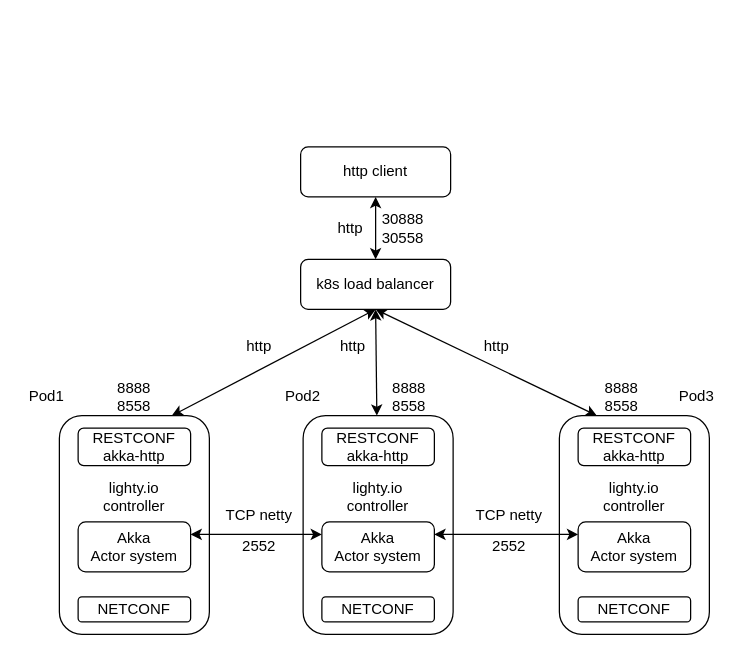
PANTHEONtech/lighty keeps this draw.io diagram as lighty-examples/lighty-cluster-app/docs/app-k8s-deployment.drawio. Above is the earlier version. Source tidied: cells renumbered, new cells numbered last; positions are measured from the earlier drawing's top-left corner, leaving out a move shared by most shapes. Both pictures are drawn from the tidied source at 125%, with x=0, y=0 at pixel (21, 146).
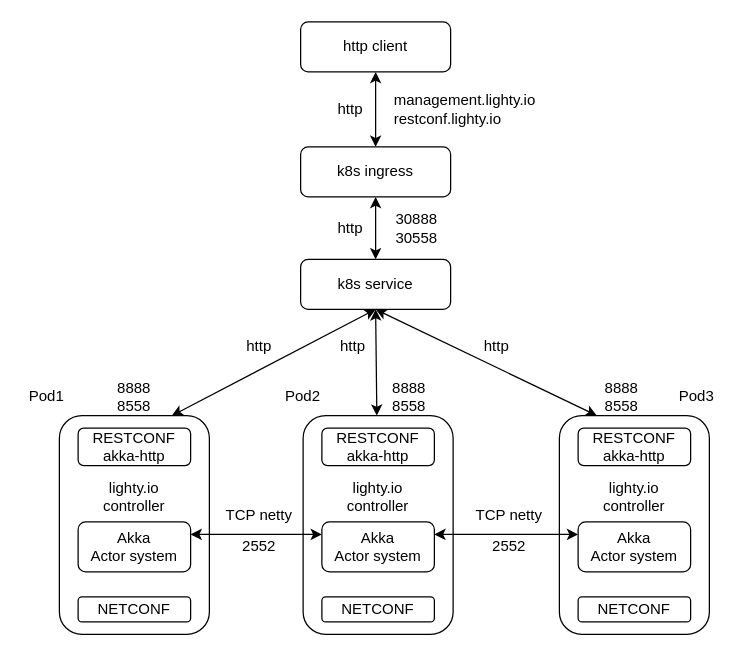
Above is the later version.

Diff of the diagram source:
```diff
@@
-    <mxCell id="2" value="http client" style="rounded=1;whiteSpace=wrap;html=1;" parent="1" vertex="1">
+    <mxCell id="2" value="k8s ingress" style="rounded=1;whiteSpace=wrap;html=1;" parent="1" vertex="1">
       <mxGeometry x="223" width="120" height="40" as="geometry" />
     </mxCell>
-    <mxCell id="3" value="k8s load balancer" style="rounded=1;whiteSpace=wrap;html=1;" parent="1" vertex="1">
+    <mxCell id="3" value="k8s service&lt;br&gt;" style="rounded=1;whiteSpace=wrap;html=1;" parent="1" vertex="1">
       <mxGeometry x="223" y="90" width="120" height="40" as="geometry" />
     </mxCell>
@@
     <mxCell id="25" value="30888&lt;br&gt;30558" style="text;html=1;strokeColor=none;fillColor=none;align=center;verticalAlign=middle;whiteSpace=wrap;rounded=0;" parent="1" vertex="1">
-      <mxGeometry x="285" y="55" width="40" height="20" as="geometry" />
+      <mxGeometry x="296" y="55" width="40" height="20" as="geometry" />
     </mxCell>
@@
+    <mxCell id="40" value="http client" style="rounded=1;whiteSpace=wrap;html=1;" parent="1" vertex="1">
+      <mxGeometry x="223" y="-100" width="120" height="40" as="geometry" />
+    </mxCell>
+    <mxCell id="41" style="endArrow=classic;startArrow=classic;html=1;entryX=0.5;entryY=1;entryDx=0;entryDy=0;exitX=0.5;exitY=0;exitDx=0;exitDy=0;" parent="1" edge="1" source="2" target="40">
+      <mxGeometry relative="1" as="geometry" />
+    </mxCell>
+    <mxCell id="42" value="http&lt;br&gt;" style="text;html=1;strokeColor=none;fillColor=none;align=center;verticalAlign=middle;whiteSpace=wrap;rounded=0;" parent="1" vertex="1">
+      <mxGeometry x="243" y="-40" width="40" height="20" as="geometry" />
+    </mxCell>
+    <mxCell id="43" value="management.lighty.io&lt;br&gt;restconf.lighty.io" style="text;html=1;strokeColor=none;fillColor=none;align=left;verticalAlign=middle;whiteSpace=wrap;rounded=0;" parent="1" vertex="1">
+      <mxGeometry x="296" y="-40" width="40" height="20" as="geometry" />
+    </mxCell>
```
